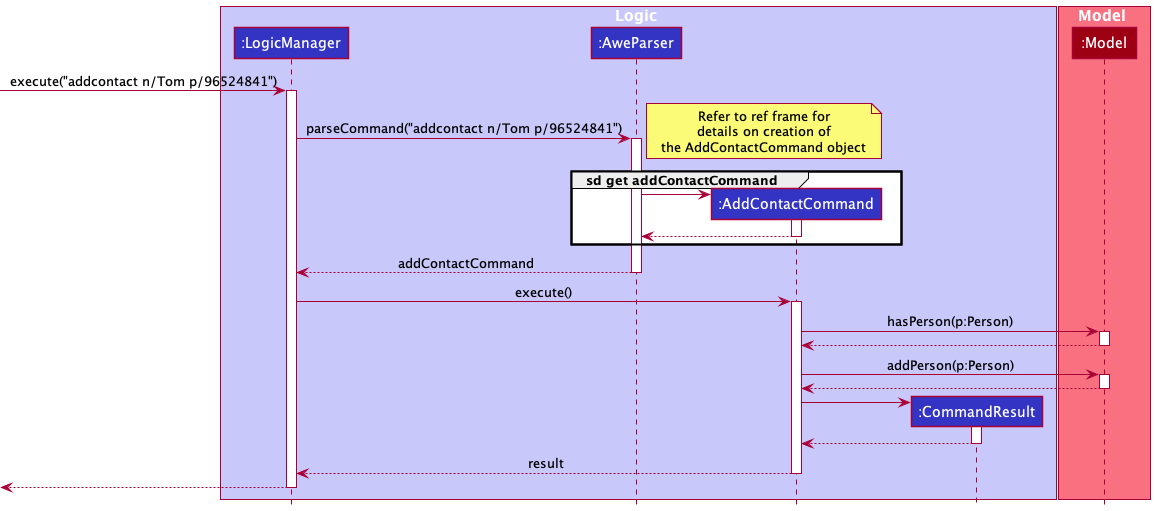
This is docs/images/AddContactSequenceDiagram.png from ramapriyan912001/tp, a PlantUML export, as it was before one commit. The source it was exported from:
```plantuml
@startuml
!include style.puml

box Logic LOGIC_COLOR_T1
participant ":LogicManager" as LogicManager LOGIC_COLOR
participant ":AweParser" as AweParser LOGIC_COLOR
participant ":AddContactCommand" as AddContactCommand LOGIC_COLOR
participant ":CommandResult" as CommandResult LOGIC_COLOR
end box

box Model MODEL_COLOR_T1
participant ":Model" as Model MODEL_COLOR
end box

[-> LogicManager : execute("addcontact n/Tom p/96524841")
activate LogicManager

LogicManager -> AweParser : parseCommand("addcontact n/Tom p/96524841")
activate AweParser

note right
Refer to ref frame for
details on creation of
the AddContactCommand object
end note
group sd get addContactCommand
create AddContactCommand
AweParser -> AddContactCommand
activate AddContactCommand
AddContactCommand --> AweParser
deactivate AddContactCommand
end group




AweParser --> LogicManager : addContactCommand
deactivate AweParser

LogicManager -> AddContactCommand : execute()
activate AddContactCommand

AddContactCommand -> Model : hasPerson(p:Person)
activate Model

Model --> AddContactCommand
deactivate Model

AddContactCommand -> Model : addPerson(p:Person)
activate Model

Model --> AddContactCommand
deactivate Model

create CommandResult
AddContactCommand -> CommandResult
activate CommandResult

CommandResult --> AddContactCommand
deactivate CommandResult

AddContactCommand --> LogicManager : result
deactivate AddContactCommand

[<--LogicManager
deactivate LogicManager
@enduml
```
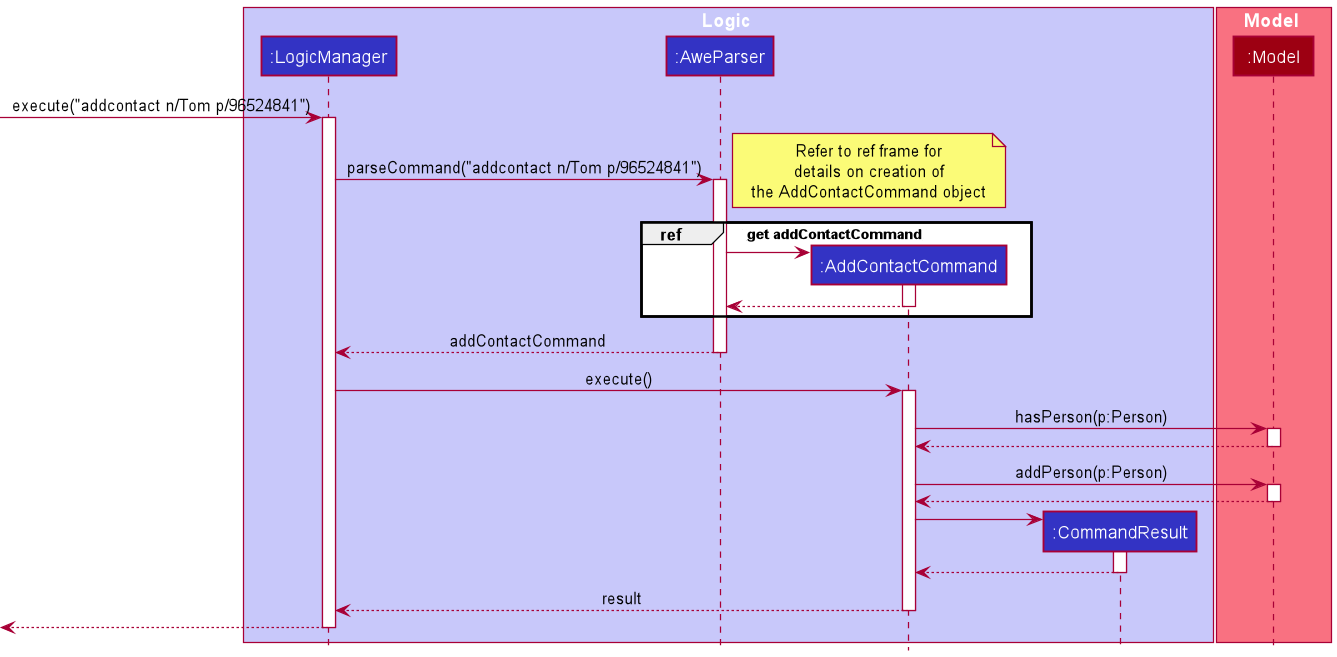
Later version of the same file.

Change to the diagram source:
```diff
@@ -23,7 +23,8 @@
 details on creation of
 the AddContactCommand object
 end note
-group sd get addContactCommand
+
+group ref [get addContactCommand]
 create AddContactCommand
 AweParser -> AddContactCommand
 activate AddContactCommand
```
